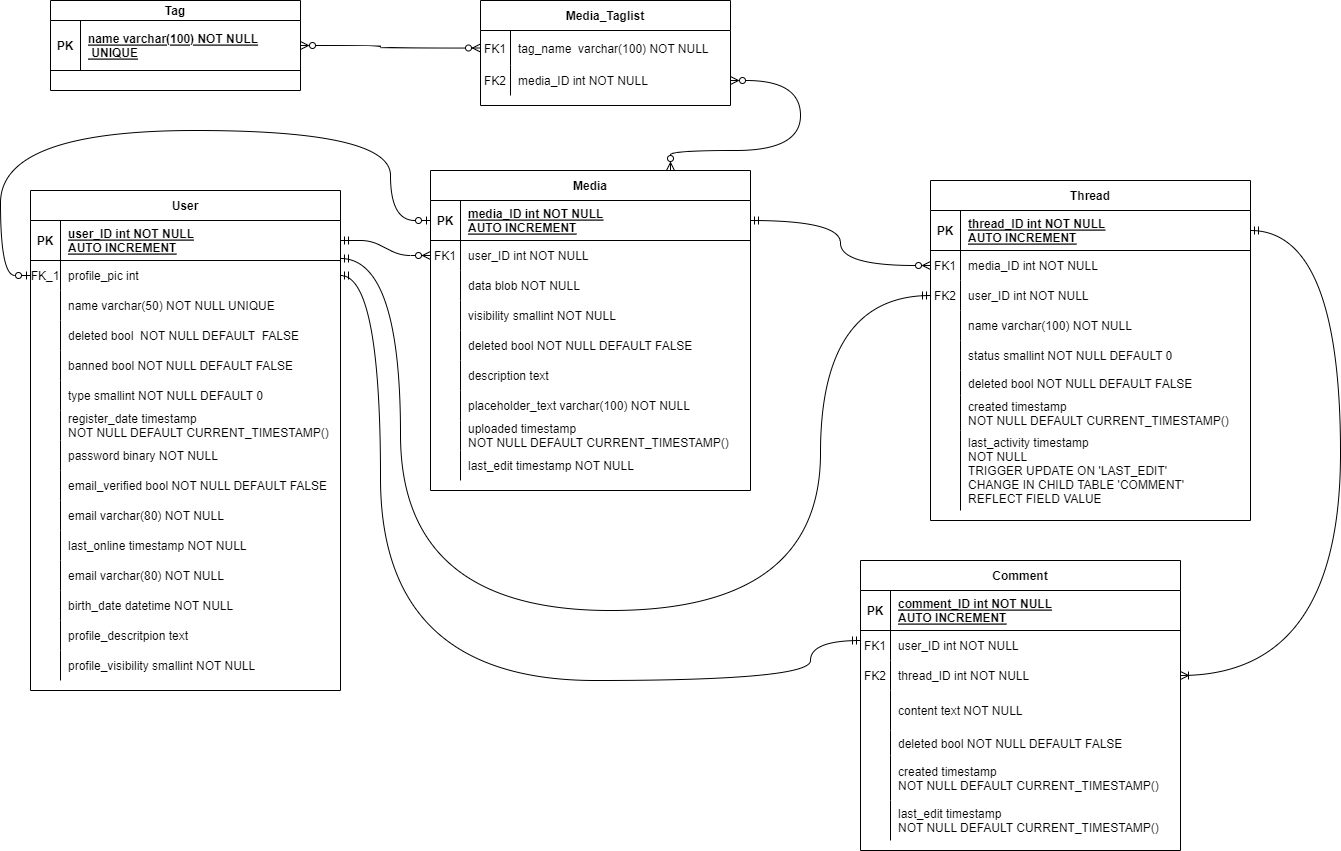
gombosg21/vizsgaremek keeps this draw.io diagram as docs/dev/db/img/VisualPosting_R_schema_phase_02.drawio.png. Above is the earlier version. Source tidied: cells renumbered, new cells last; positions are measured from the earlier drawing's top-left corner, leaving out a move shared by most shapes.
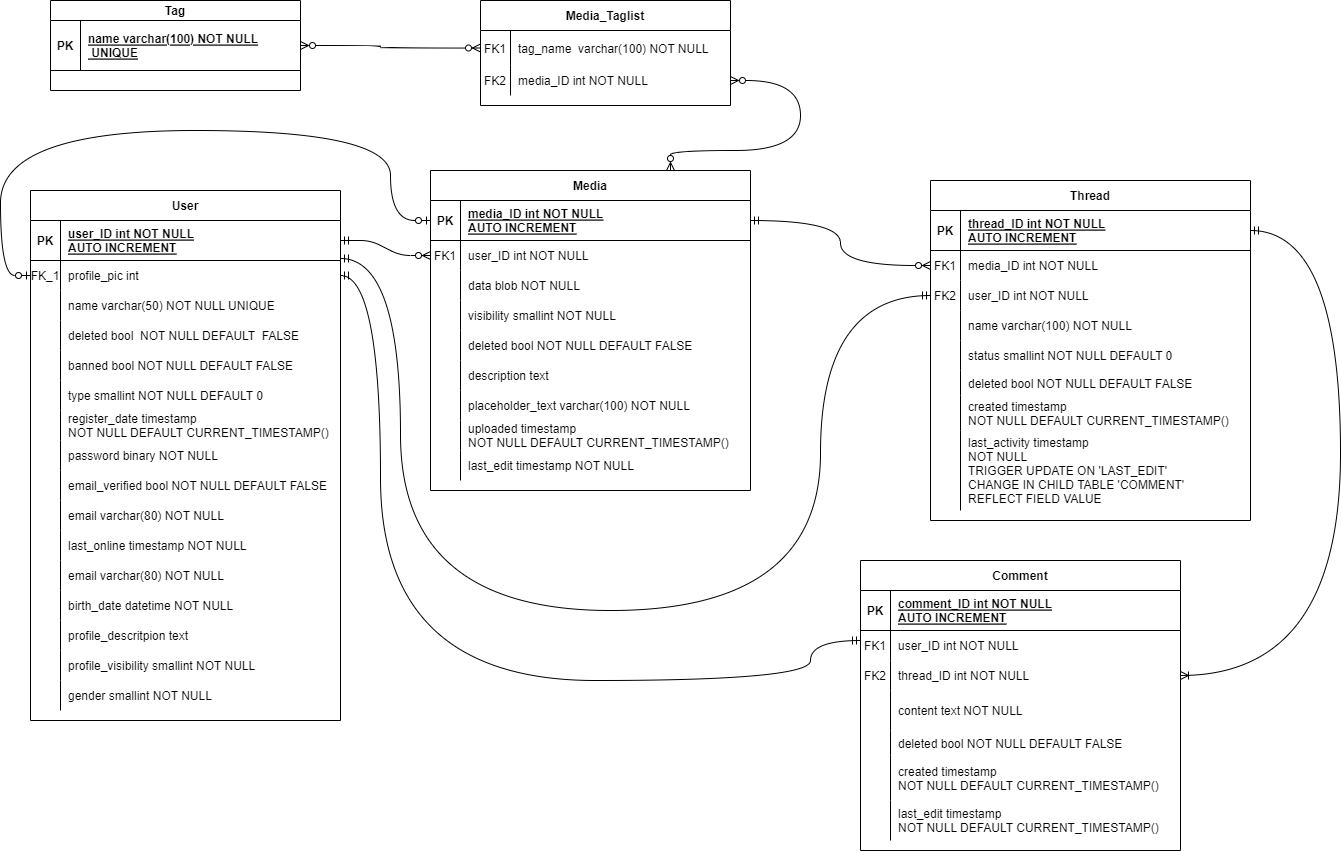
Later version of the same file.

Change to the diagram source:
```diff
@@ -90,7 +90,7 @@
       <mxGeometry x="30" width="290" height="30" as="geometry" />
     </mxCell>
     <mxCell id="31" value="User" style="shape=table;startSize=30;rowLines=0;fontStyle=1;align=center;" parent="1" vertex="1">
-      <mxGeometry x="30" y="190" width="310" height="500" as="geometry" />
+      <mxGeometry x="30" y="190" width="310" height="530" as="geometry" />
     </mxCell>
     <mxCell id="32" style="shape=partialRectangle;fillColor=none;points=[[0,0.5],[1,0.5]];portConstraint=eastwest;top=0;left=0;right=0;bottom=1;" parent="31" vertex="1">
       <mxGeometry y="30" width="310" height="40" as="geometry" />
@@ -227,6 +227,15 @@
     <mxCell id="76" value="profile_visibility smallint NOT NULL" style="shape=partialRectangle;overflow=hidden;fillColor=none;top=0;left=0;bottom=0;right=0;align=left;spacingLeft=6;" parent="74" vertex="1">
       <mxGeometry x="30" width="280" height="30" as="geometry" />
     </mxCell>
+    <mxCell id="142" style="shape=partialRectangle;fillColor=none;top=0;left=0;right=0;bottom=0;" parent="31" vertex="1">
+      <mxGeometry y="490" width="310" height="30" as="geometry" />
+    </mxCell>
+    <mxCell id="143" style="shape=partialRectangle;overflow=hidden;fillColor=none;top=0;left=0;bottom=0;right=0;" parent="142" vertex="1">
+      <mxGeometry width="30" height="30" as="geometry" />
+    </mxCell>
+    <mxCell id="144" value="gender smallint NOT NULL" style="shape=partialRectangle;overflow=hidden;fillColor=none;top=0;left=0;bottom=0;right=0;align=left;spacingLeft=6;" parent="142" vertex="1">
+      <mxGeometry x="30" width="280" height="30" as="geometry" />
+    </mxCell>
     <mxCell id="77" value="Tag" style="shape=table;startSize=20;rowLines=0;fontStyle=1;align=center;" parent="1" vertex="1">
       <mxGeometry x="50" width="250" height="90" as="geometry" />
     </mxCell>
```
